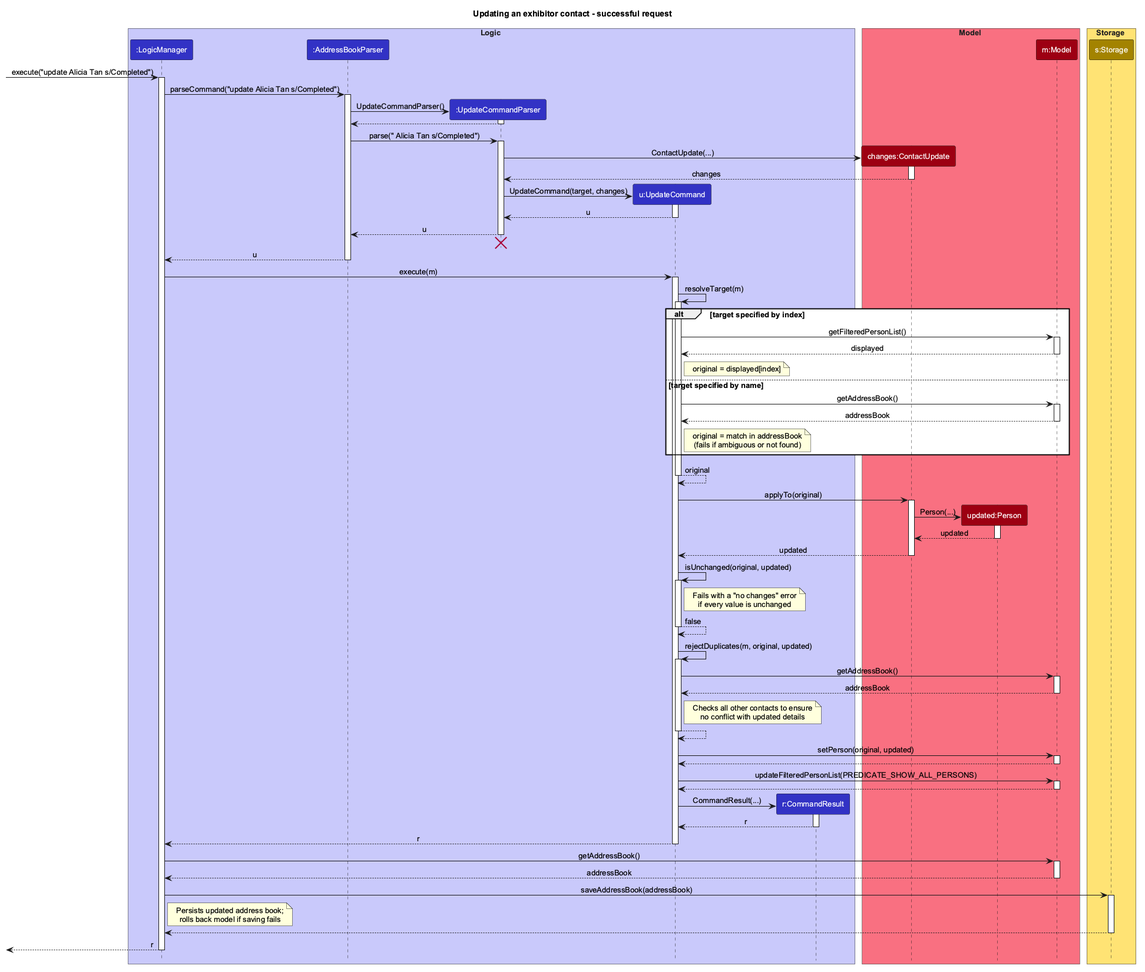
Before: docs/images/UpdateSequenceDiagram.png, a diagram exported from PlantUML (AY2627S1-CS2103T-W11-2/tp).
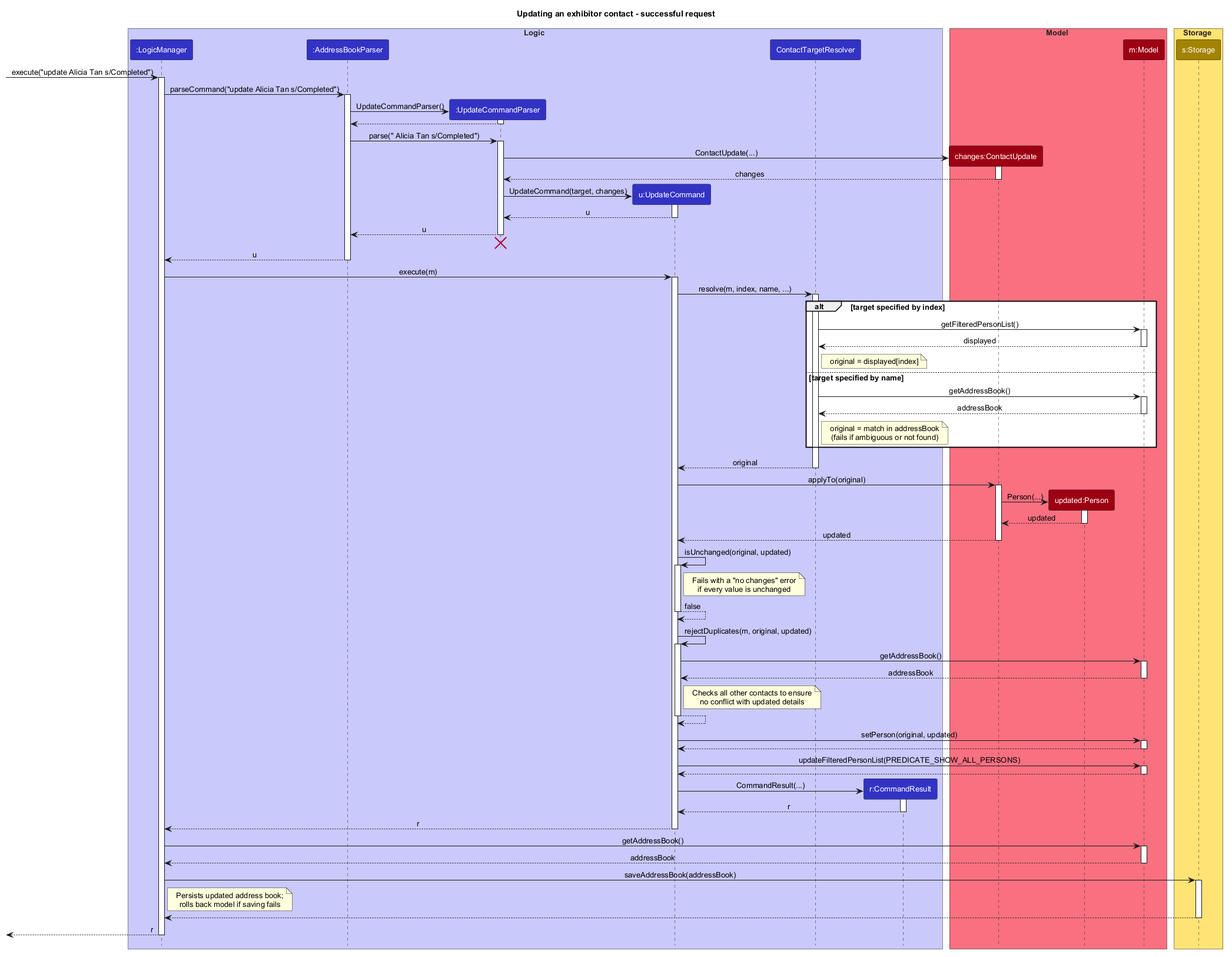
The same diagram one commit later.

Commit message:
Sync target resolution diagrams and privacy regression guidance

Change to the diagram source:
```diff
@@ -12,6 +12,7 @@
 participant ":AddressBookParser" as AddressBookParser LOGIC_COLOR
 participant ":UpdateCommandParser" as UpdateCommandParser LOGIC_COLOR
 participant "u:UpdateCommand" as UpdateCommand LOGIC_COLOR
+participant "ContactTargetResolver" as TargetResolver LOGIC_COLOR
 participant "r:CommandResult" as CommandResult LOGIC_COLOR
 end box
 
@@ -64,25 +65,25 @@
 LogicManager -> UpdateCommand : execute(m)
 activate UpdateCommand
 
-UpdateCommand -> UpdateCommand : resolveTarget(m)
-activate UpdateCommand
+UpdateCommand -> TargetResolver : resolve(m, index, name, ...)
+activate TargetResolver
 
 alt target specified by index
-    UpdateCommand -> Model : getFilteredPersonList()
+    TargetResolver -> Model : getFilteredPersonList()
     activate Model
-    Model --> UpdateCommand : displayed
+    Model --> TargetResolver : displayed
     deactivate Model
-    note right of UpdateCommand : original = displayed[index]
+    note right of TargetResolver : original = displayed[index]
 else target specified by name
-    UpdateCommand -> Model : getAddressBook()
+    TargetResolver -> Model : getAddressBook()
     activate Model
-    Model --> UpdateCommand : addressBook
+    Model --> TargetResolver : addressBook
     deactivate Model
-    note right of UpdateCommand : original = match in addressBook\n(fails if ambiguous or not found)
+    note right of TargetResolver : original = match in addressBook\n(fails if ambiguous or not found)
 end
 
-UpdateCommand --> UpdateCommand : original
-deactivate UpdateCommand
+TargetResolver --> UpdateCommand : original
+deactivate TargetResolver
 
 UpdateCommand -> ContactUpdate : applyTo(original)
 activate ContactUpdate
```
